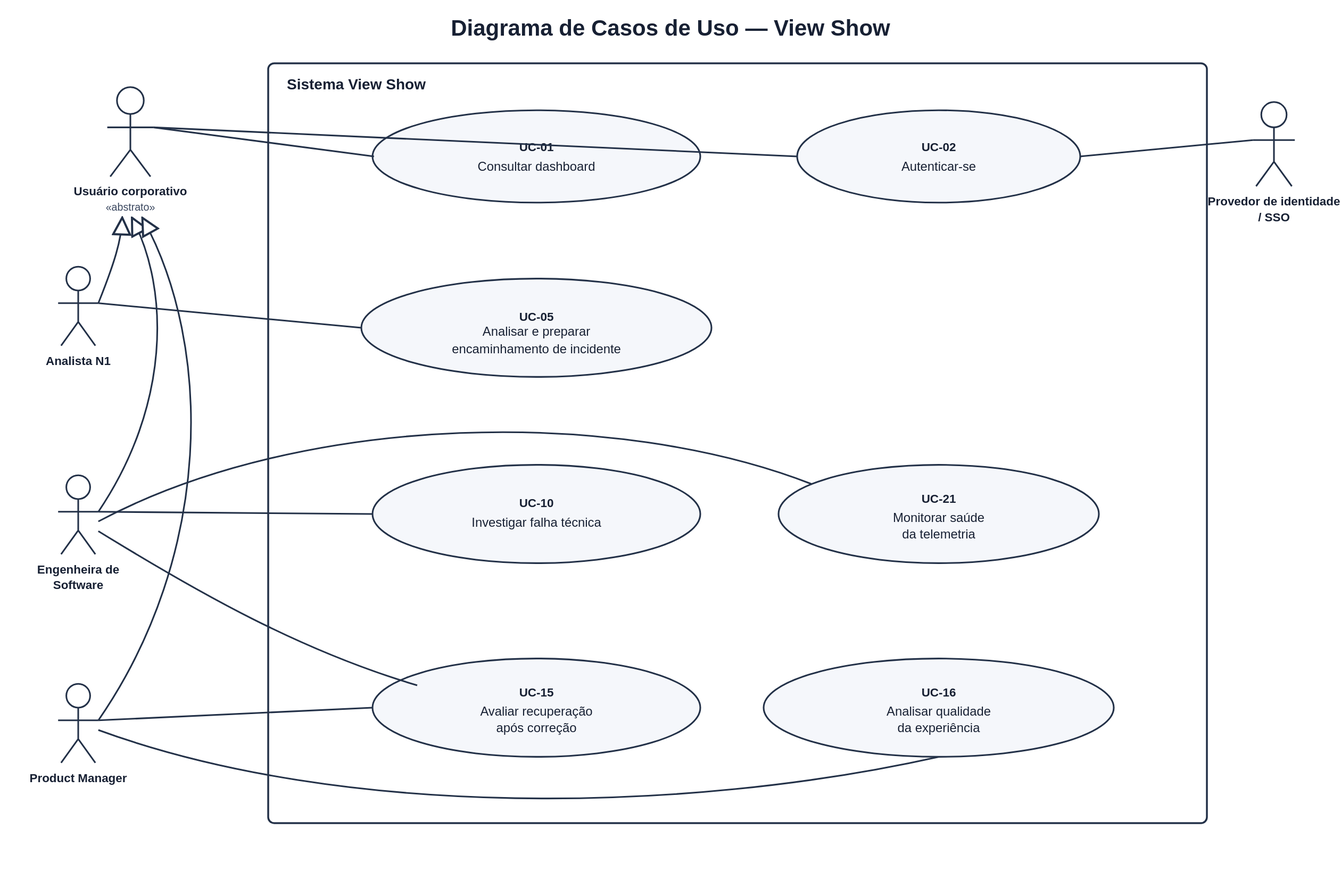
guedesrayssa/viewshow-ai-observability keeps this PlantUML diagram as assets/modelagem/casos-de-uso.svg. Above is the earlier version. Its source is kept beside it as assets/modelagem/casos-de-uso.puml.
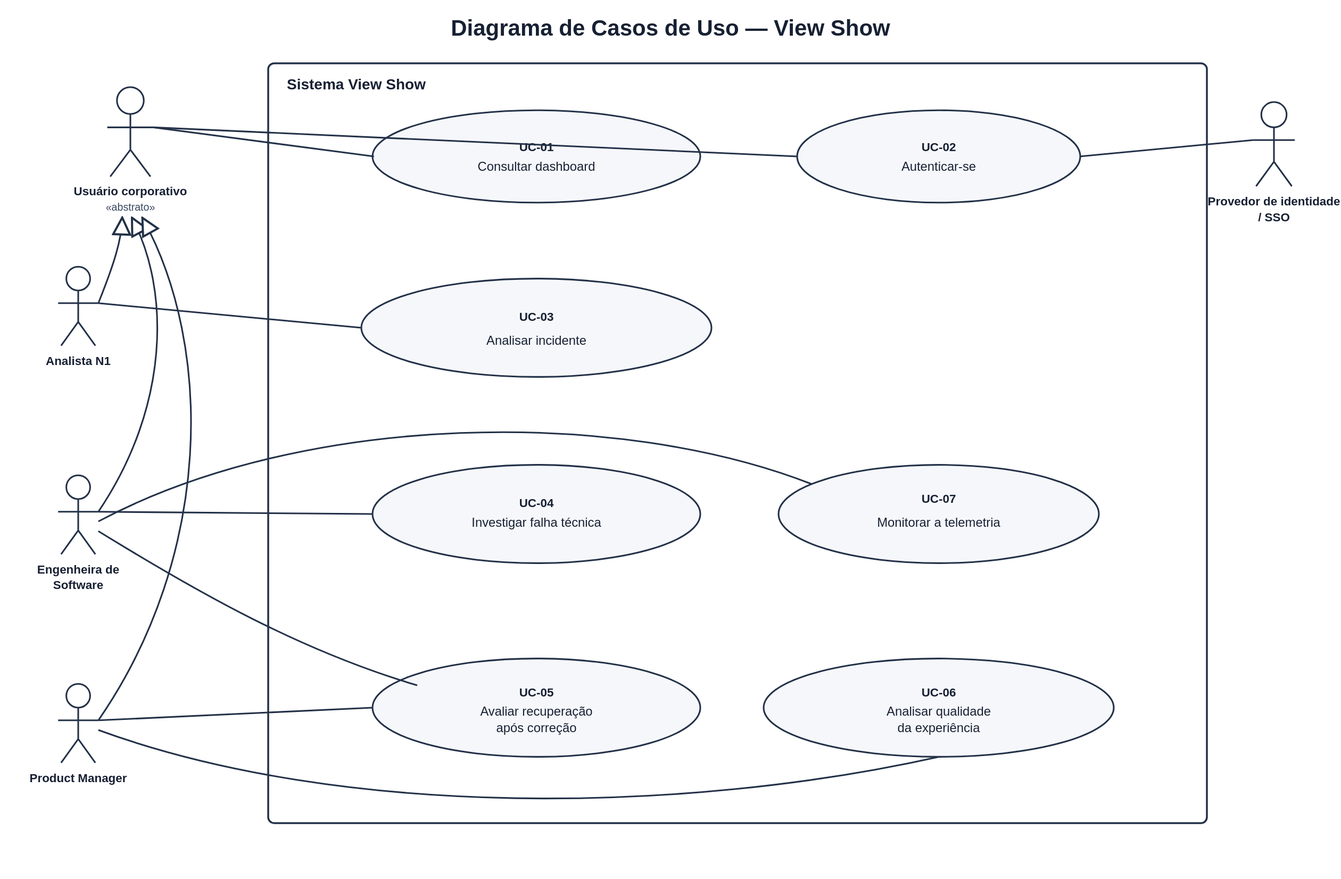
After the change.

Commit message:
docs: refinar redacao dos casos de uso

Diff of the diagram source:
```diff
@@ -26,26 +26,26 @@
 rectangle "Sistema View Show" {
   usecase "UC-01\nConsultar dashboard" as UC01
   usecase "UC-02\nAutenticar-se" as UC02
-  usecase "UC-05\nAnalisar e preparar\nencaminhamento de incidente" as UC05
-  usecase "UC-10\nInvestigar falha técnica" as UC10
-  usecase "UC-15\nAvaliar recuperação\napós correção" as UC15
-  usecase "UC-16\nAnalisar qualidade\nda experiência" as UC16
-  usecase "UC-21\nMonitorar saúde\nda telemetria" as UC21
+  usecase "UC-03\nAnalisar incidente" as UC03
+  usecase "UC-04\nInvestigar falha técnica" as UC04
+  usecase "UC-05\nAvaliar recuperação\napós correção" as UC05
+  usecase "UC-06\nAnalisar qualidade\nda experiência" as UC06
+  usecase "UC-07\nMonitorar a telemetria" as UC07
 }
 
 Usuario -- UC01
 Usuario -- UC02
 SSO -- UC02
-N1 -- UC05
-Engenharia -- UC10
-Engenharia -- UC15
-Engenharia -- UC21
-PM -- UC15
-PM -- UC16
+N1 -- UC03
+Engenharia -- UC04
+Engenharia -- UC05
+Engenharia -- UC07
+PM -- UC05
+PM -- UC06
 
-UC01 -[hidden]down- UC05
-UC05 -[hidden]down- UC10
-UC10 -[hidden]down- UC15
-UC15 -[hidden]right- UC16
-UC16 -[hidden]up- UC21
+UC01 -[hidden]down- UC03
+UC03 -[hidden]down- UC04
+UC04 -[hidden]down- UC05
+UC05 -[hidden]right- UC06
+UC06 -[hidden]up- UC07
 @enduml
```
